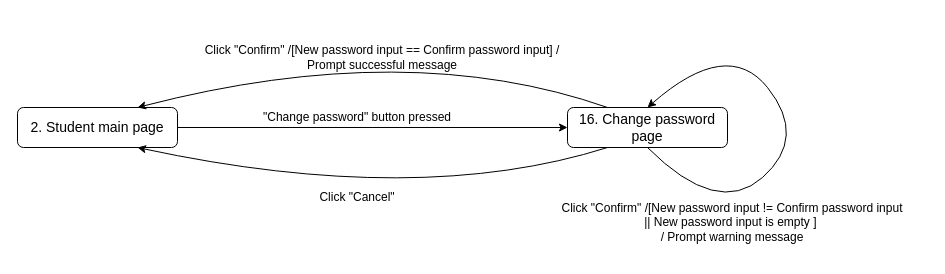
ShyScott/Air keeps this draw.io diagram as Documents/Specifications/Diagrams/3.6_StudentUpdatePassword.drawio. Above is the earlier version. Source tidied: cells renumbered, new cells numbered last; positions are measured from the earlier drawing's top-left corner, leaving out a move shared by most shapes. Both pictures are drawn from the tidied source at 100%, with x=0, y=0 at pixel (17, 37).
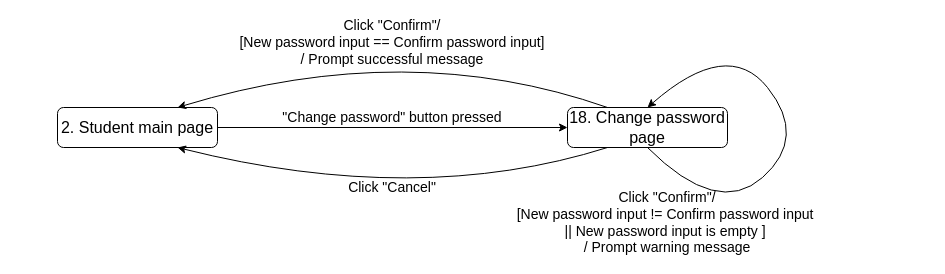
After the change.

Diff of the diagram source:
```diff
@@
 <mxGraphModel>
   <root>
     <mxCell id="0" />
     <mxCell id="1" parent="0" />
     <mxCell id="2" style="edgeStyle=orthogonalEdgeStyle;rounded=0;jettySize=auto;html=1;exitX=1;exitY=0.5;exitDx=0;exitDy=0;entryX=0;entryY=0.5;entryDx=0;entryDy=0;" parent="1" edge="1" source="3" target="4">
       <mxGeometry relative="1" as="geometry" />
     </mxCell>
-    <mxCell id="3" value="&lt;font style=&quot;font-size: 14px&quot;&gt;2. Student main page&lt;/font&gt;" style="rounded=1;whiteSpace=wrap;html=1;" parent="1" vertex="1">
-      <mxGeometry y="70" width="160" height="40" as="geometry" />
+    <mxCell id="3" value="&lt;font style=&quot;font-size: 16px&quot;&gt;2. Student main page&lt;/font&gt;" style="rounded=1;whiteSpace=wrap;html=1;" parent="1" vertex="1">
+      <mxGeometry x="40" y="70" width="160" height="40" as="geometry" />
     </mxCell>
-    <mxCell id="4" value="&lt;font style=&quot;font-size: 14px&quot;&gt;16. Change password page&lt;/font&gt;" style="rounded=1;whiteSpace=wrap;html=1;" parent="1" vertex="1">
+    <mxCell id="4" value="&lt;font style=&quot;font-size: 16px&quot;&gt;18. Change password page&lt;/font&gt;" style="rounded=1;whiteSpace=wrap;html=1;" parent="1" vertex="1">
       <mxGeometry x="550" y="70" width="160" height="40" as="geometry" />
     </mxCell>
     <mxCell id="5" style="endArrow=classic;html=1;exitX=0.5;exitY=1;exitDx=0;exitDy=0;curved=1;entryX=0.5;entryY=0;entryDx=0;entryDy=0;" parent="1" edge="1" source="4" target="4">
       <mxGeometry relative="1" as="geometry">
         <Array as="points">
           <mxPoint x="700" y="180" />
           <mxPoint x="790" y="100" />
           <mxPoint x="710" />
         </Array>
       </mxGeometry>
     </mxCell>
     <mxCell id="6" style="endArrow=classic;html=1;exitX=0.25;exitY=1;exitDx=0;exitDy=0;curved=1;entryX=0.75;entryY=1;entryDx=0;entryDy=0;" parent="1" edge="1" source="4" target="3">
       <mxGeometry relative="1" as="geometry">
         <Array as="points">
           <mxPoint x="400" y="170" />
         </Array>
       </mxGeometry>
     </mxCell>
-    <mxCell id="7" value="&quot;Change password&quot; button pressed" style="text;html=1;strokeColor=none;fillColor=none;align=center;verticalAlign=middle;whiteSpace=wrap;rounded=0;" parent="1" vertex="1">
-      <mxGeometry x="240" y="70" width="200" height="20" as="geometry" />
+    <mxCell id="7" value="&lt;font style=&quot;font-size: 14px&quot;&gt;&quot;Change password&quot; button pressed&lt;/font&gt;" style="text;html=1;strokeColor=none;fillColor=none;align=center;verticalAlign=middle;whiteSpace=wrap;rounded=0;" parent="1" vertex="1">
+      <mxGeometry x="255" y="70" width="240" height="20" as="geometry" />
     </mxCell>
     <mxCell id="8" style="endArrow=classic;html=1;exitX=0.25;exitY=0;exitDx=0;exitDy=0;curved=1;entryX=0.75;entryY=0;entryDx=0;entryDy=0;" parent="1" edge="1" source="4" target="3">
       <mxGeometry relative="1" as="geometry">
         <Array as="points">
           <mxPoint x="390" />
         </Array>
       </mxGeometry>
     </mxCell>
-    <mxCell id="9" value="Click &quot;Confirm&quot; /[New password input == Confirm password input] / Prompt successful message" style="text;html=1;strokeColor=none;fillColor=none;align=center;verticalAlign=middle;whiteSpace=wrap;rounded=0;" parent="1" vertex="1">
-      <mxGeometry x="170" y="10" width="390" height="20" as="geometry" />
+    <mxCell id="9" value="&lt;font style=&quot;font-size: 14px&quot;&gt;Click &quot;Confirm&quot;/&lt;br&gt;[New password input == Confirm password input]&lt;br&gt;/ Prompt successful message&lt;/font&gt;" style="text;html=1;strokeColor=none;fillColor=none;align=center;verticalAlign=middle;whiteSpace=wrap;rounded=0;" parent="1" vertex="1">
+      <mxGeometry x="210" y="-20" width="330" height="50" as="geometry" />
     </mxCell>
-    <mxCell id="10" value="Click &quot;Confirm&quot; /[New password input != Confirm password input &lt;br&gt;|| New password input is empty ]&amp;nbsp; &lt;br&gt;/ Prompt warning message" style="text;html=1;strokeColor=none;fillColor=none;align=center;verticalAlign=middle;whiteSpace=wrap;rounded=0;" parent="1" vertex="1">
-      <mxGeometry x="520" y="160" width="390" height="50" as="geometry" />
+    <mxCell id="10" value="&lt;font style=&quot;font-size: 14px&quot;&gt;Click &quot;Confirm&quot;/&lt;br&gt;&lt;/font&gt;&lt;div style=&quot;text-align: left ; font-size: 14px&quot;&gt;&lt;span&gt;&lt;font style=&quot;font-size: 14px&quot;&gt;[New password input != Confirm password input&amp;nbsp;&lt;/font&gt;&lt;/span&gt;&lt;/div&gt;&lt;font style=&quot;font-size: 14px&quot;&gt;|| New password input is empty ]&amp;nbsp; &lt;br&gt;/ Prompt warning message&lt;/font&gt;" style="text;html=1;strokeColor=none;fillColor=none;align=center;verticalAlign=middle;whiteSpace=wrap;rounded=0;" parent="1" vertex="1">
+      <mxGeometry x="495" y="150" width="310" height="70" as="geometry" />
     </mxCell>
-    <mxCell id="11" value="Click &quot;Cancel&quot;" style="text;html=1;strokeColor=none;fillColor=none;align=center;verticalAlign=middle;whiteSpace=wrap;rounded=0;" parent="1" vertex="1">
-      <mxGeometry x="222" y="150" width="236" height="20" as="geometry" />
+    <mxCell id="11" value="&lt;font style=&quot;font-size: 14px&quot;&gt;Click &quot;Cancel&quot;&lt;/font&gt;" style="text;html=1;strokeColor=none;fillColor=none;align=center;verticalAlign=middle;whiteSpace=wrap;rounded=0;" parent="1" vertex="1">
+      <mxGeometry x="301" y="140" width="148" height="20" as="geometry" />
     </mxCell>
   </root>
 </mxGraphModel>
```
